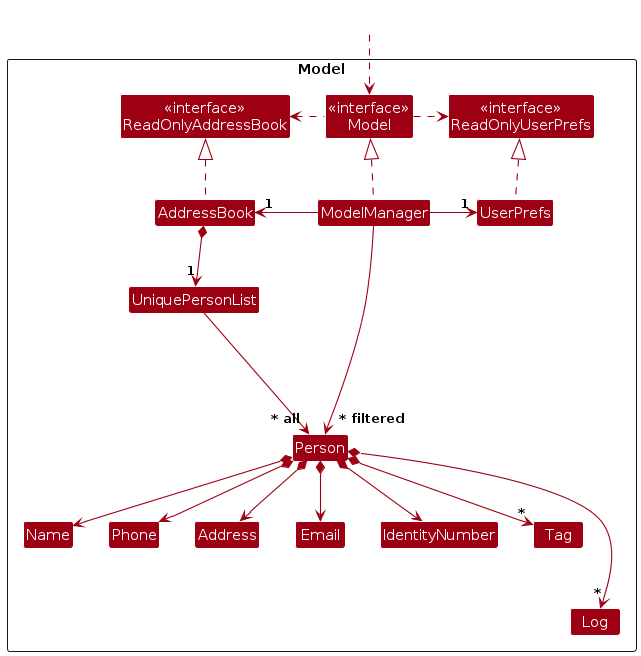
Earlier version of the PlantUML export diagrams/ModelClassDiagram.png (AY2425S1-CS2103T-W13-3/tp). Its source is kept beside it as diagrams/ModelClassDiagram.puml.
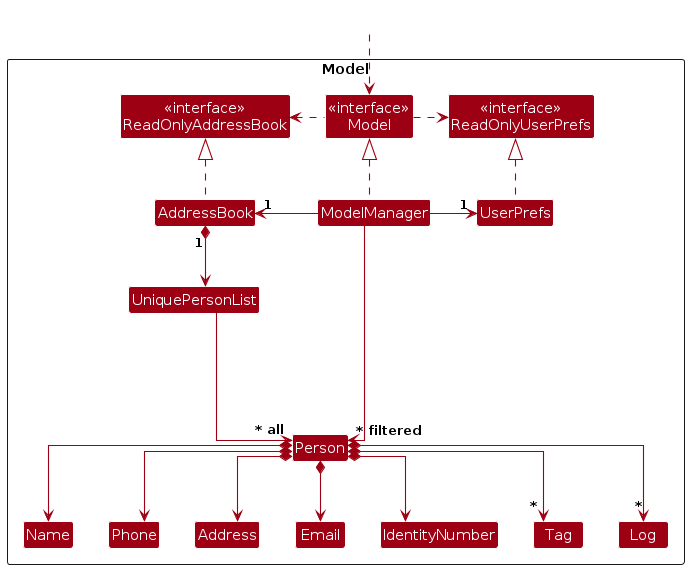
The same diagram one commit later.

What changed in the source:
```diff
@@ -3,6 +3,7 @@
 skinparam arrowThickness 1.1
 skinparam arrowColor MODEL_COLOR
 skinparam classBackgroundColor MODEL_COLOR
+skinparam linetype ortho
 
 Package Model as ModelPackage <<Rectangle>>{
 Class "<<interface>>\nReadOnlyAddressBook" as ReadOnlyAddressBook
@@ -39,13 +40,14 @@
 
 AddressBook *--> "1" UniquePersonList
 UniquePersonList --> "~* all" Person
+
 Person *--> Name
 Person *--> Phone
 Person *--> IdentityNumber
 Person *--> Email
 Person *--> Address
 Person *--> "*" Tag
-Person *---> "*" Log
+Person *--> "*" Log
 
 Person -[hidden]up--> I
 UniquePersonList -[hidden]right-> I
@@ -53,6 +55,9 @@
 Name -[hidden]right-> Phone
 Phone -[hidden]right-> Address
 Address -[hidden]right-> Email
+Email -[hidden]right-> IdentityNumber
+IdentityNumber -[hidden]right-> Tag
+Tag -[hidden]right-> Log
 
 ModelManager --> "~* filtered" Person
 @enduml
```
